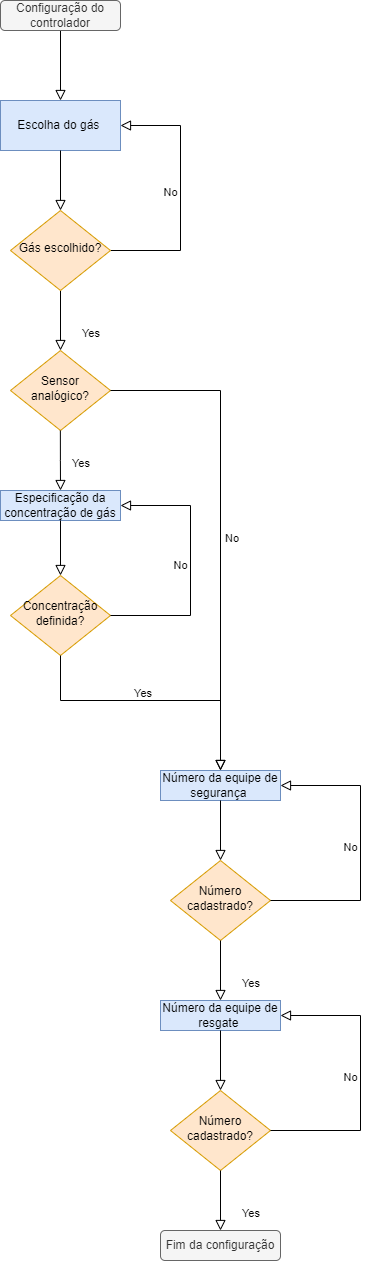
This is 2022.2/Gas Leak Safety System/Gas_Safety_Sys-Page-3.drawio.png from vm-bertini/ea075-2023.1, a draw.io export, as it was before one commit. Source tidied: cells renumbered, new cells last; positions are measured from the earlier drawing's top-left corner, leaving out a move shared by most shapes. Its diagram source:
```xml
<mxGraphModel>
  <root>
    <mxCell id="0" />
    <mxCell id="1" parent="0" />
    <mxCell id="2" style="rounded=0;html=1;jettySize=auto;fontSize=11;endArrow=block;endFill=0;endSize=8;strokeWidth=1;shadow=0;labelBackgroundColor=none;edgeStyle=orthogonalEdgeStyle;entryX=0.5;entryY=0;entryDx=0;entryDy=0;" parent="1" edge="1" source="3" target="7">
      <mxGeometry relative="1" as="geometry" />
    </mxCell>
    <mxCell id="3" value="Configuração do controlador" style="rounded=1;whiteSpace=wrap;html=1;fontSize=12;glass=0;strokeWidth=1;shadow=0;fillColor=#f5f5f5;fontColor=#333333;strokeColor=#666666;" parent="1" vertex="1">
      <mxGeometry width="120" height="30" as="geometry" />
    </mxCell>
    <mxCell id="4" value="Yes" style="rounded=0;html=1;jettySize=auto;fontSize=11;endArrow=block;endFill=0;endSize=8;strokeWidth=1;shadow=0;labelBackgroundColor=none;edgeStyle=orthogonalEdgeStyle;entryX=0.5;entryY=0;entryDx=0;entryDy=0;labelPosition=right;verticalLabelPosition=bottom;align=left;verticalAlign=top;" parent="1" edge="1" source="6" target="10">
      <mxGeometry y="20" relative="1" as="geometry" />
    </mxCell>
    <mxCell id="5" value="No" style="edgeStyle=orthogonalEdgeStyle;rounded=0;html=1;jettySize=auto;fontSize=11;endArrow=block;endFill=0;endSize=8;strokeWidth=1;shadow=0;labelBackgroundColor=none;entryX=1;entryY=0.5;entryDx=0;entryDy=0;exitX=1;exitY=0.5;exitDx=0;exitDy=0;" parent="1" edge="1" source="6" target="7">
      <mxGeometry y="10" relative="1" as="geometry">
        <Array as="points">
          <mxPoint x="180" y="250" />
          <mxPoint x="180" y="125" />
        </Array>
      </mxGeometry>
    </mxCell>
    <mxCell id="6" value="Gás escolhido?" style="rhombus;whiteSpace=wrap;html=1;shadow=0;fontFamily=Helvetica;fontSize=12;align=center;strokeWidth=1;spacing=6;spacingTop=-4;fillColor=#ffe6cc;strokeColor=#d79b00;" parent="1" vertex="1">
      <mxGeometry x="10" y="210" width="100" height="80" as="geometry" />
    </mxCell>
    <mxCell id="7" value="Escolha do gás&amp;nbsp;" style="rounded=0;whiteSpace=wrap;html=1;fillColor=#dae8fc;strokeColor=#6c8ebf;" parent="1" vertex="1">
      <mxGeometry y="100" width="120" height="50" as="geometry" />
    </mxCell>
    <mxCell id="8" style="rounded=0;html=1;jettySize=auto;fontSize=11;endArrow=block;endFill=0;endSize=8;strokeWidth=1;shadow=0;labelBackgroundColor=none;edgeStyle=orthogonalEdgeStyle;entryX=0.5;entryY=0;entryDx=0;entryDy=0;exitX=0.5;exitY=1;exitDx=0;exitDy=0;" parent="1" edge="1" source="7" target="6">
      <mxGeometry relative="1" as="geometry" />
    </mxCell>
    <mxCell id="9" value="Especificação da concentração de gás" style="rounded=0;whiteSpace=wrap;html=1;fillColor=#dae8fc;strokeColor=#6c8ebf;" parent="1" vertex="1">
      <mxGeometry y="490" width="120" height="30" as="geometry" />
    </mxCell>
    <mxCell id="10" value="Sensor analógico?" style="rhombus;whiteSpace=wrap;html=1;shadow=0;fontFamily=Helvetica;fontSize=12;align=center;strokeWidth=1;spacing=6;spacingTop=-4;fillColor=#ffe6cc;strokeColor=#d79b00;" parent="1" vertex="1">
      <mxGeometry x="10" y="350" width="100" height="80" as="geometry" />
    </mxCell>
    <mxCell id="11" value="Yes" style="rounded=0;html=1;jettySize=auto;fontSize=11;endArrow=block;endFill=0;endSize=8;strokeWidth=1;shadow=0;labelBackgroundColor=none;edgeStyle=orthogonalEdgeStyle;entryX=0.5;entryY=0;entryDx=0;entryDy=0;labelPosition=right;verticalLabelPosition=bottom;align=left;verticalAlign=top;" parent="1" edge="1" target="9">
      <mxGeometry x="-0.33" y="10" relative="1" as="geometry">
        <mxPoint x="59.9" y="430" as="sourcePoint" />
      </mxGeometry>
    </mxCell>
    <mxCell id="12" value="No" style="rounded=0;html=1;jettySize=auto;fontSize=11;endArrow=block;endFill=0;endSize=8;strokeWidth=1;shadow=0;labelBackgroundColor=none;edgeStyle=orthogonalEdgeStyle;entryX=0.5;entryY=0;entryDx=0;entryDy=0;exitX=1;exitY=0.5;exitDx=0;exitDy=0;labelPosition=left;verticalLabelPosition=bottom;align=right;verticalAlign=top;" parent="1" edge="1" source="10" target="13">
      <mxGeometry y="20" relative="1" as="geometry">
        <Array as="points">
          <mxPoint x="220" y="390" />
        </Array>
      </mxGeometry>
    </mxCell>
    <mxCell id="13" value="Número da equipe de segurança&amp;nbsp;" style="rounded=0;whiteSpace=wrap;html=1;fillColor=#dae8fc;strokeColor=#6c8ebf;" parent="1" vertex="1">
      <mxGeometry x="160" y="770" width="120" height="30" as="geometry" />
    </mxCell>
    <mxCell id="14" value="Concentração definida?" style="rhombus;whiteSpace=wrap;html=1;shadow=0;fontFamily=Helvetica;fontSize=12;align=center;strokeWidth=1;spacing=6;spacingTop=-4;fillColor=#ffe6cc;strokeColor=#d79b00;" parent="1" vertex="1">
      <mxGeometry x="10" y="575" width="100" height="80" as="geometry" />
    </mxCell>
    <mxCell id="15" style="rounded=0;html=1;jettySize=auto;fontSize=11;endArrow=block;endFill=0;endSize=8;strokeWidth=1;shadow=0;labelBackgroundColor=none;edgeStyle=orthogonalEdgeStyle;entryX=0.5;entryY=0;entryDx=0;entryDy=0;exitX=0.5;exitY=1;exitDx=0;exitDy=0;" parent="1" edge="1" source="9" target="14">
      <mxGeometry relative="1" as="geometry" />
    </mxCell>
    <mxCell id="16" value="No" style="edgeStyle=orthogonalEdgeStyle;rounded=0;html=1;jettySize=auto;fontSize=11;endArrow=block;endFill=0;endSize=8;strokeWidth=1;shadow=0;labelBackgroundColor=none;entryX=1;entryY=0.5;entryDx=0;entryDy=0;exitX=1;exitY=0.5;exitDx=0;exitDy=0;" parent="1" edge="1" source="14" target="9">
      <mxGeometry y="10" relative="1" as="geometry">
        <Array as="points">
          <mxPoint x="190" y="615" />
          <mxPoint x="190" y="505" />
        </Array>
      </mxGeometry>
    </mxCell>
    <mxCell id="17" value="Yes" style="rounded=0;html=1;jettySize=auto;fontSize=11;endArrow=block;endFill=0;endSize=8;strokeWidth=1;shadow=0;labelBackgroundColor=none;edgeStyle=orthogonalEdgeStyle;exitX=0.5;exitY=1;exitDx=0;exitDy=0;labelPosition=left;verticalLabelPosition=bottom;align=right;verticalAlign=top;entryX=0.5;entryY=0;entryDx=0;entryDy=0;" parent="1" edge="1" source="14" target="13">
      <mxGeometry y="20" relative="1" as="geometry">
        <Array as="points">
          <mxPoint x="60" y="700" />
          <mxPoint x="220" y="700" />
        </Array>
      </mxGeometry>
    </mxCell>
    <mxCell id="18" value="Número cadastrado?" style="rhombus;whiteSpace=wrap;html=1;shadow=0;fontFamily=Helvetica;fontSize=12;align=center;strokeWidth=1;spacing=6;spacingTop=-4;fillColor=#ffe6cc;strokeColor=#d79b00;" parent="1" vertex="1">
      <mxGeometry x="170" y="860" width="100" height="80" as="geometry" />
    </mxCell>
    <mxCell id="19" style="rounded=0;html=1;jettySize=auto;fontSize=11;endArrow=block;endFill=0;endSize=8;strokeWidth=1;shadow=0;labelBackgroundColor=none;edgeStyle=orthogonalEdgeStyle;entryX=0.5;entryY=0;entryDx=0;entryDy=0;exitX=0.5;exitY=1;exitDx=0;exitDy=0;" parent="1" edge="1" source="13" target="18">
      <mxGeometry relative="1" as="geometry" />
    </mxCell>
    <mxCell id="20" value="No" style="edgeStyle=orthogonalEdgeStyle;rounded=0;html=1;jettySize=auto;fontSize=11;endArrow=block;endFill=0;endSize=8;strokeWidth=1;shadow=0;labelBackgroundColor=none;entryX=1;entryY=0.5;entryDx=0;entryDy=0;exitX=1;exitY=0.5;exitDx=0;exitDy=0;" parent="1" edge="1" source="18" target="13">
      <mxGeometry y="10" relative="1" as="geometry">
        <Array as="points">
          <mxPoint x="360" y="900" />
          <mxPoint x="360" y="785" />
        </Array>
      </mxGeometry>
    </mxCell>
    <mxCell id="21" value="Número da equipe de resgate&amp;nbsp;" style="rounded=0;whiteSpace=wrap;html=1;fillColor=#dae8fc;strokeColor=#6c8ebf;" parent="1" vertex="1">
      <mxGeometry x="160" y="1000" width="120" height="30" as="geometry" />
    </mxCell>
    <mxCell id="22" value="Número cadastrado?" style="rhombus;whiteSpace=wrap;html=1;shadow=0;fontFamily=Helvetica;fontSize=12;align=center;strokeWidth=1;spacing=6;spacingTop=-4;fillColor=#ffe6cc;strokeColor=#d79b00;" parent="1" vertex="1">
      <mxGeometry x="170" y="1090" width="100" height="80" as="geometry" />
    </mxCell>
    <mxCell id="23" style="rounded=0;html=1;jettySize=auto;fontSize=11;endArrow=block;endFill=0;endSize=8;strokeWidth=1;shadow=0;labelBackgroundColor=none;edgeStyle=orthogonalEdgeStyle;entryX=0.5;entryY=0;entryDx=0;entryDy=0;exitX=0.5;exitY=1;exitDx=0;exitDy=0;" parent="1" edge="1" source="21" target="22">
      <mxGeometry relative="1" as="geometry" />
    </mxCell>
    <mxCell id="24" value="No" style="edgeStyle=orthogonalEdgeStyle;rounded=0;html=1;jettySize=auto;fontSize=11;endArrow=block;endFill=0;endSize=8;strokeWidth=1;shadow=0;labelBackgroundColor=none;entryX=1;entryY=0.5;entryDx=0;entryDy=0;exitX=1;exitY=0.5;exitDx=0;exitDy=0;" parent="1" edge="1" source="22" target="21">
      <mxGeometry y="10" relative="1" as="geometry">
        <Array as="points">
          <mxPoint x="360" y="1130" />
          <mxPoint x="360" y="1015" />
        </Array>
      </mxGeometry>
    </mxCell>
    <mxCell id="25" value="Yes" style="rounded=0;html=1;jettySize=auto;orthogonalLoop=1;fontSize=11;endArrow=block;endFill=0;endSize=8;strokeWidth=1;shadow=0;labelBackgroundColor=none;edgeStyle=orthogonalEdgeStyle;labelPosition=right;verticalLabelPosition=bottom;align=left;verticalAlign=top;" parent="1" edge="1">
      <mxGeometry y="20" relative="1" as="geometry">
        <mxPoint x="220" y="940" as="sourcePoint" />
        <mxPoint x="220" y="1000" as="targetPoint" />
      </mxGeometry>
    </mxCell>
    <mxCell id="26" value="Fim da configuração" style="rounded=1;whiteSpace=wrap;html=1;fontSize=12;glass=0;strokeWidth=1;shadow=0;fillColor=#f5f5f5;fontColor=#333333;strokeColor=#666666;" parent="1" vertex="1">
      <mxGeometry x="160" y="1230" width="120" height="30" as="geometry" />
    </mxCell>
    <mxCell id="27" value="Yes" style="rounded=0;html=1;jettySize=auto;orthogonalLoop=1;fontSize=11;endArrow=block;endFill=0;endSize=8;strokeWidth=1;shadow=0;labelBackgroundColor=none;edgeStyle=orthogonalEdgeStyle;labelPosition=right;verticalLabelPosition=bottom;align=left;verticalAlign=top;" parent="1" edge="1">
      <mxGeometry y="20" relative="1" as="geometry">
        <mxPoint x="220" y="1170" as="sourcePoint" />
        <mxPoint x="220" y="1230" as="targetPoint" />
      </mxGeometry>
    </mxCell>
  </root>
</mxGraphModel>
```
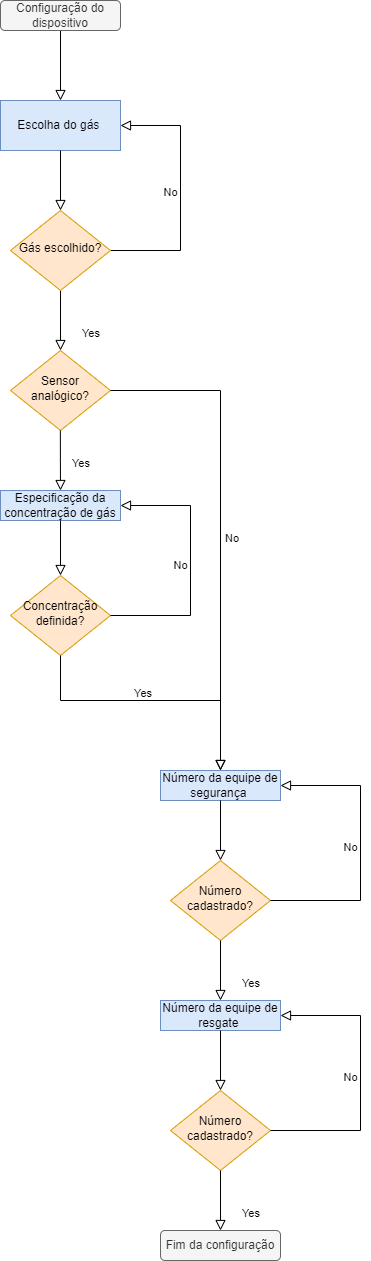
The same file after the commit.

What changed in the source:
```diff
@@ -5,7 +5,7 @@
     <mxCell id="2" style="rounded=0;html=1;jettySize=auto;fontSize=11;endArrow=block;endFill=0;endSize=8;strokeWidth=1;shadow=0;labelBackgroundColor=none;edgeStyle=orthogonalEdgeStyle;entryX=0.5;entryY=0;entryDx=0;entryDy=0;" parent="1" edge="1" source="3" target="7">
       <mxGeometry relative="1" as="geometry" />
     </mxCell>
-    <mxCell id="3" value="Configuração do controlador" style="rounded=1;whiteSpace=wrap;html=1;fontSize=12;glass=0;strokeWidth=1;shadow=0;fillColor=#f5f5f5;fontColor=#333333;strokeColor=#666666;" parent="1" vertex="1">
+    <mxCell id="3" value="Configuração do dispositivo" style="rounded=1;whiteSpace=wrap;html=1;fontSize=12;glass=0;strokeWidth=1;shadow=0;fillColor=#f5f5f5;fontColor=#333333;strokeColor=#666666;" parent="1" vertex="1">
       <mxGeometry width="120" height="30" as="geometry" />
     </mxCell>
     <mxCell id="4" value="Yes" style="rounded=0;html=1;jettySize=auto;fontSize=11;endArrow=block;endFill=0;endSize=8;strokeWidth=1;shadow=0;labelBackgroundColor=none;edgeStyle=orthogonalEdgeStyle;entryX=0.5;entryY=0;entryDx=0;entryDy=0;labelPosition=right;verticalLabelPosition=bottom;align=left;verticalAlign=top;" parent="1" edge="1" source="6" target="10">
```
